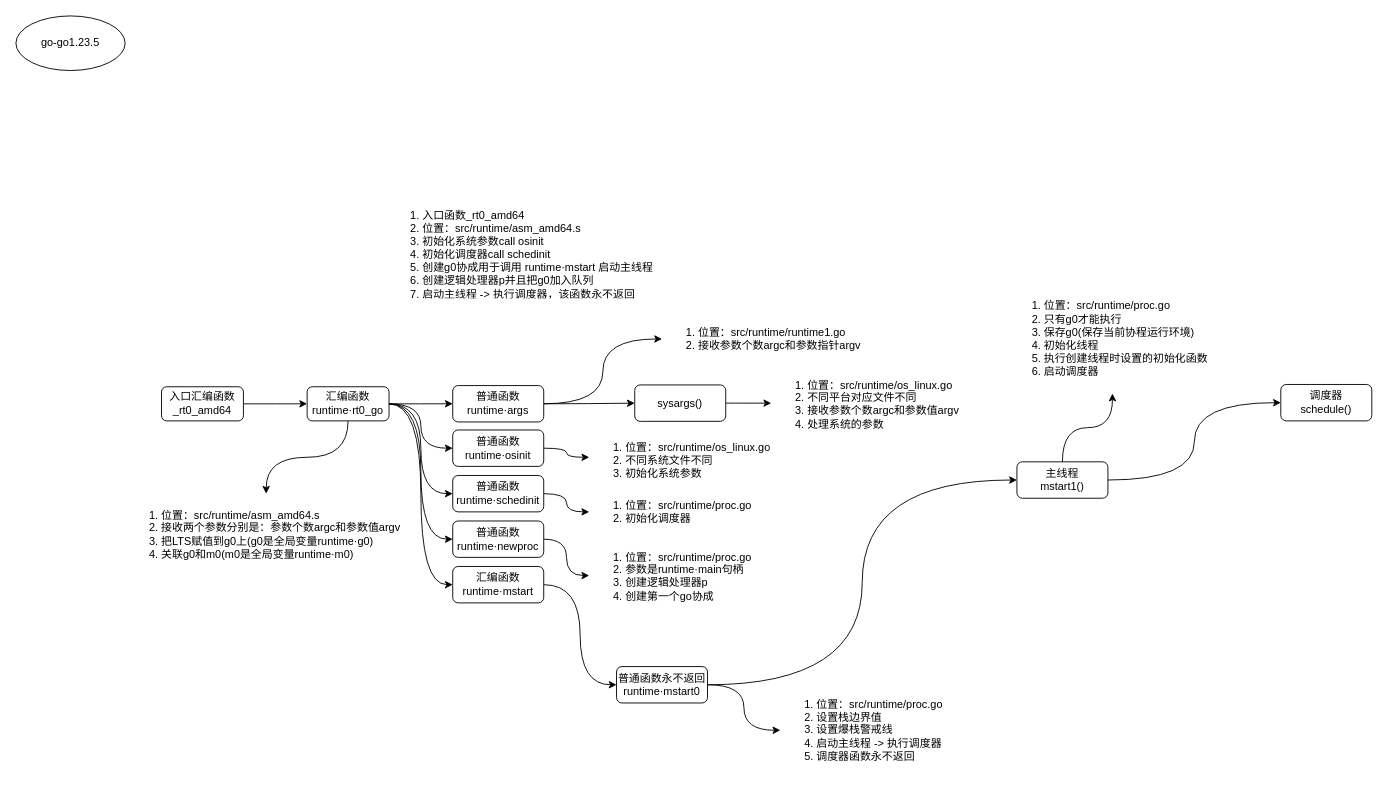
Before: book/src/MGP.drawio in fire1220/annotation-go1.23.5, a draw.io diagram. Source tidied: cells renumbered, new cells numbered last; positions are measured from the earlier drawing's top-left corner, leaving out a move shared by most shapes. Both pictures are drawn from the tidied source at 91%, with x=0, y=0 at pixel (15, 15).
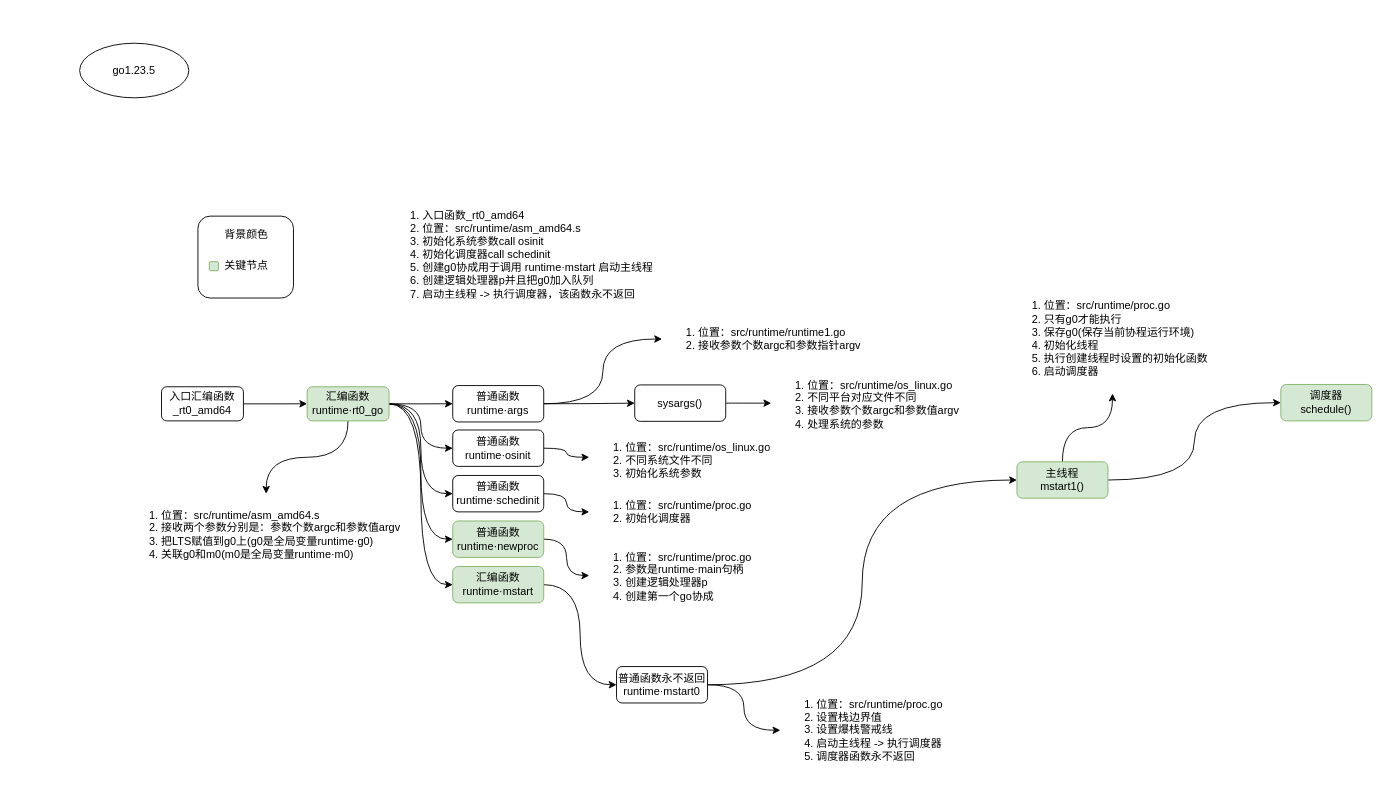
The same page after the edit.

Commit message (it also covers changes not shown here):
MPG-调度器函数

Diff of the diagram source:
```diff
@@
-    <mxCell id="4" value="&lt;span&gt;go-go1.23.5&lt;/span&gt;" style="ellipse;whiteSpace=wrap;html=1;" parent="1" vertex="1">
-      <mxGeometry width="120" height="60" as="geometry" />
+    <mxCell id="4" value="&lt;span&gt;go1.23.5&lt;/span&gt;" style="ellipse;whiteSpace=wrap;html=1;" parent="1" vertex="1">
+      <mxGeometry x="70" y="30" width="120" height="60" as="geometry" />
     </mxCell>
@@
-    <mxCell id="11" value="汇编函数&lt;br&gt;runtime·rt0_go" style="rounded=1;whiteSpace=wrap;html=1;" parent="1" vertex="1">
+    <mxCell id="11" value="汇编函数&lt;br&gt;runtime·rt0_go" style="rounded=1;whiteSpace=wrap;html=1;fillColor=#d5e8d4;strokeColor=#82b366;" parent="1" vertex="1">
       <mxGeometry x="320" y="407.5" width="90" height="37.5" as="geometry" />
     </mxCell>
@@
-    <mxCell id="21" value="普通函数&lt;br&gt;runtime·newproc" style="rounded=1;whiteSpace=wrap;html=1;labelBackgroundColor=none;align=center;" parent="1" vertex="1">
+    <mxCell id="21" value="普通函数&lt;br&gt;runtime·newproc" style="rounded=1;whiteSpace=wrap;html=1;labelBackgroundColor=none;align=center;fillColor=#d5e8d4;strokeColor=#82b366;" parent="1" vertex="1">
       <mxGeometry x="480" y="555" width="100" height="40" as="geometry" />
     </mxCell>
@@
-    <mxCell id="23" value="汇编函数&lt;br&gt;runtime·mstart" style="rounded=1;whiteSpace=wrap;html=1;labelBackgroundColor=none;align=center;" parent="1" vertex="1">
+    <mxCell id="23" value="汇编函数&lt;br&gt;runtime·mstart" style="rounded=1;whiteSpace=wrap;html=1;labelBackgroundColor=none;align=center;fillColor=#d5e8d4;strokeColor=#82b366;" parent="1" vertex="1">
       <mxGeometry x="480" y="605" width="100" height="40" as="geometry" />
     </mxCell>
@@
-    <mxCell id="38" value="主线程&lt;br&gt;mstart1()" style="rounded=1;whiteSpace=wrap;html=1;labelBackgroundColor=none;fontSize=12;align=center;" parent="1" vertex="1">
+    <mxCell id="38" value="主线程&lt;br&gt;mstart1()" style="rounded=1;whiteSpace=wrap;html=1;labelBackgroundColor=none;fontSize=12;align=center;fillColor=#d5e8d4;strokeColor=#82b366;" parent="1" vertex="1">
       <mxGeometry x="1100" y="490" width="100" height="40" as="geometry" />
     </mxCell>
@@
-    <mxCell id="40" value="调度器&lt;br&gt;schedule()" style="rounded=1;whiteSpace=wrap;html=1;labelBackgroundColor=none;fontSize=12;align=center;" parent="1" vertex="1">
+    <mxCell id="40" value="调度器&lt;br&gt;schedule()" style="rounded=1;whiteSpace=wrap;html=1;labelBackgroundColor=none;fontSize=12;align=center;fillColor=#d5e8d4;strokeColor=#82b366;" parent="1" vertex="1">
       <mxGeometry x="1390" y="405" width="100" height="40" as="geometry" />
     </mxCell>
+    <mxCell id="41" style="group;" parent="1" vertex="1">
+      <mxGeometry x="200" y="220" width="105" height="90" as="geometry" />
+    </mxCell>
+    <mxCell id="42" style="rounded=1;whiteSpace=wrap;html=1;labelBackgroundColor=none;fontSize=12;align=center;fillColor=none;" parent="41" vertex="1">
+      <mxGeometry width="105" height="90" as="geometry" />
+    </mxCell>
+    <mxCell id="43" style="rounded=1;whiteSpace=wrap;html=1;fillColor=#d5e8d4;strokeColor=#82b366;" parent="41" vertex="1">
+      <mxGeometry x="12.5" y="50" width="10" height="10" as="geometry" />
+    </mxCell>
+    <mxCell id="44" value="关键节点" style="text;html=1;align=center;verticalAlign=middle;strokeColor=none;fontSize=12;" parent="41" vertex="1">
+      <mxGeometry x="22.5" y="45" width="60" height="20" as="geometry" />
+    </mxCell>
+    <mxCell id="45" value="背景颜色" style="text;html=1;align=center;verticalAlign=middle;strokeColor=none;fontSize=12;" parent="41" vertex="1">
+      <mxGeometry x="22.5" y="10" width="60" height="20" as="geometry" />
+    </mxCell>
```
